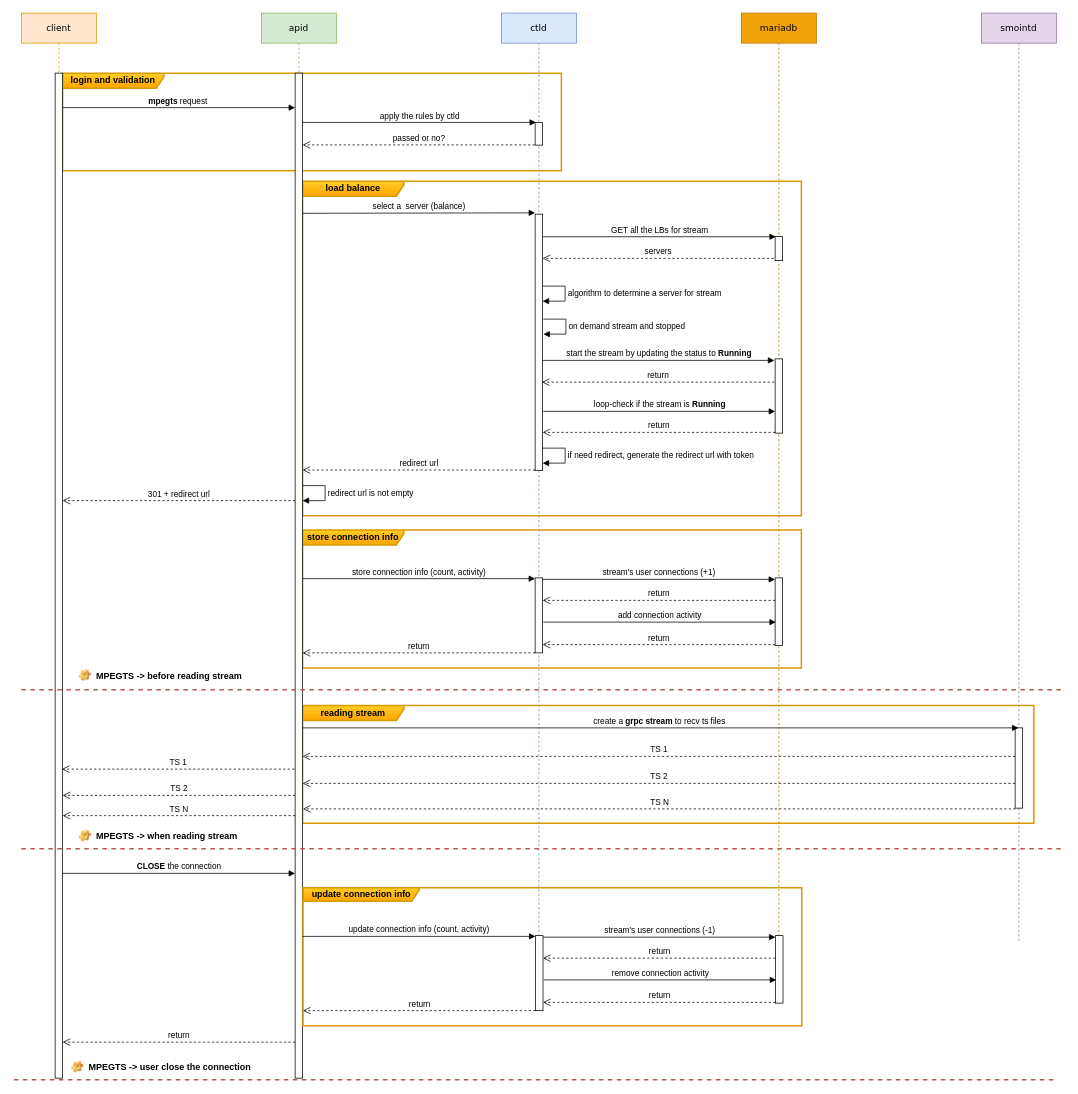
Above: page "apid-mpegts" (2 of 5) of media-core/apid.drawio in explorer2036/charts (draw.io), before the change. Source tidied: cells renumbered, new cells numbered last; positions are measured from the earlier drawing's top-left corner, leaving out a move shared by most shapes. Both pictures are drawn from the tidied source at 75%, with x=0, y=0 at pixel (14, 13).
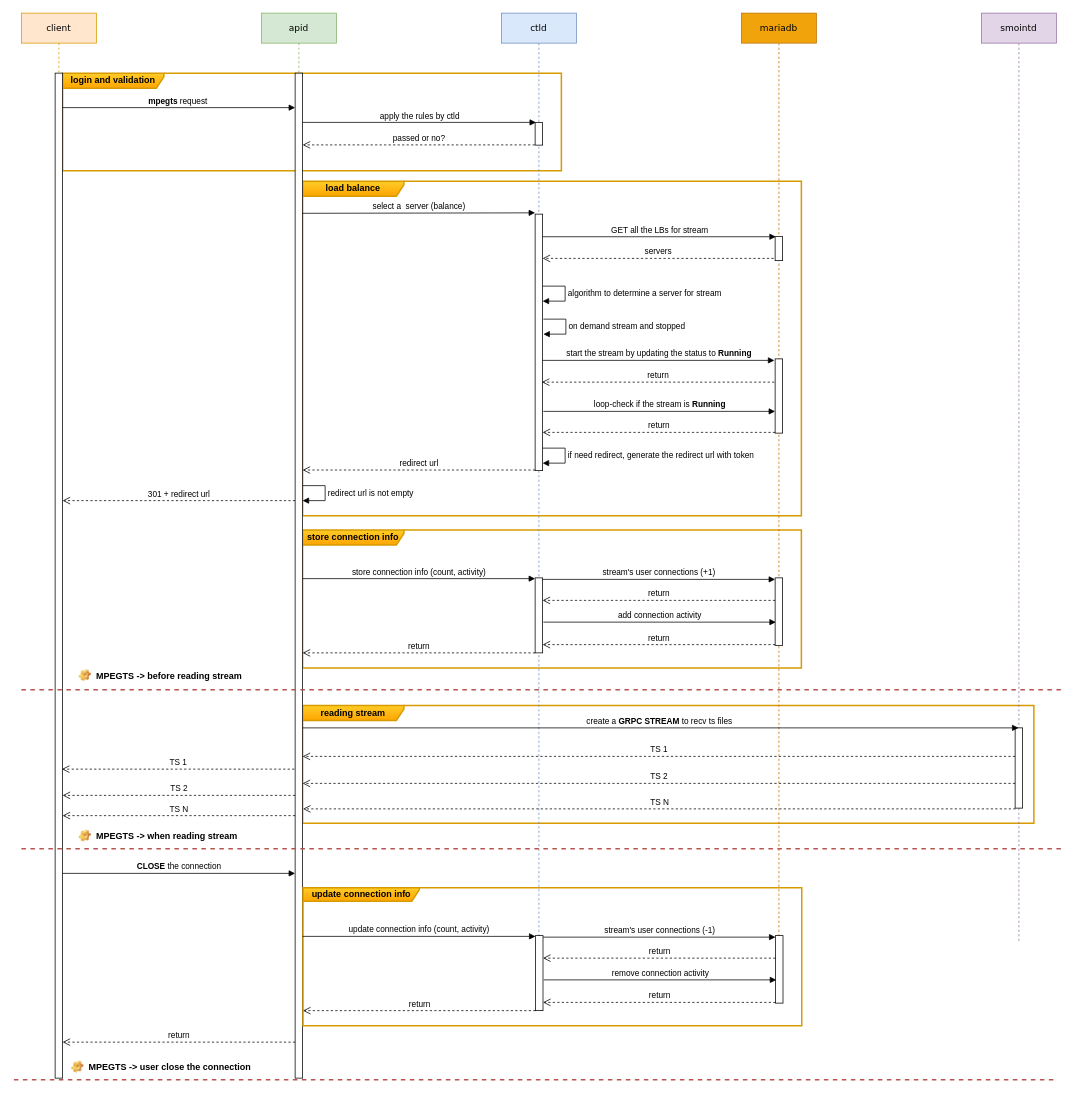
Above is the later version.

Diff of the diagram source:
```diff
@@
-    <mxCell id="45" value="create a &lt;b&gt;grpc stream&lt;/b&gt; to recv ts files&amp;nbsp;" style="html=1;verticalAlign=bottom;endArrow=block;rounded=0;strokeWidth=1;" parent="1" edge="1">
+    <mxCell id="45" value="create a &lt;b&gt;GRPC STREAM&lt;/b&gt; to recv ts files&amp;nbsp;" style="html=1;verticalAlign=bottom;endArrow=block;rounded=0;strokeWidth=1;" parent="1" edge="1">
       <mxGeometry relative="1" as="geometry">
         <mxPoint x="385" y="953" as="sourcePoint" />
         <mxPoint x="1339.5" y="953" as="targetPoint" />
       </mxGeometry>
     </mxCell>
```
